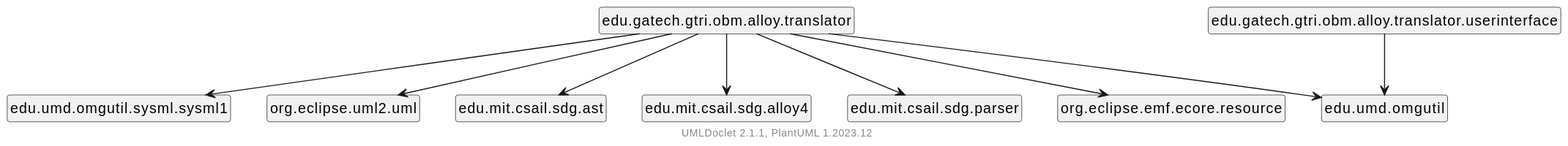
Earlier version of the PlantUML export package-dependencies.svg (ontological-behavior-modeling/tester). Source of this version:
```plantuml
@startuml
    skinparam backgroundcolor transparent
    set namespaceSeparator none
    hide circle
    hide empty fields
    hide empty methods

    edu.gatech.gtri.obm.alloy.translator --> edu.umd.omgutil.sysml.sysml1
    edu.gatech.gtri.obm.alloy.translator --> org.eclipse.uml2.uml
    edu.gatech.gtri.obm.alloy.translator --> edu.mit.csail.sdg.ast
    edu.gatech.gtri.obm.alloy.translator --> edu.mit.csail.sdg.alloy4
    edu.gatech.gtri.obm.alloy.translator --> edu.mit.csail.sdg.parser
    edu.gatech.gtri.obm.alloy.translator --> org.eclipse.emf.ecore.resource
    edu.gatech.gtri.obm.alloy.translator --> edu.umd.omgutil
    edu.gatech.gtri.obm.alloy.translator.userinterface --> edu.umd.omgutil

    class "edu.gatech.gtri.obm.alloy.translator" [[edu/gatech/gtri/obm/alloy/translator/package-summary.html]] {
    }
    class "edu.gatech.gtri.obm.alloy.translator.userinterface" [[edu/gatech/gtri/obm/alloy/translator/userinterface/package-summary.html]] {
    }
    center footer UMLDoclet 2.1.1, PlantUML %version()
@enduml
```
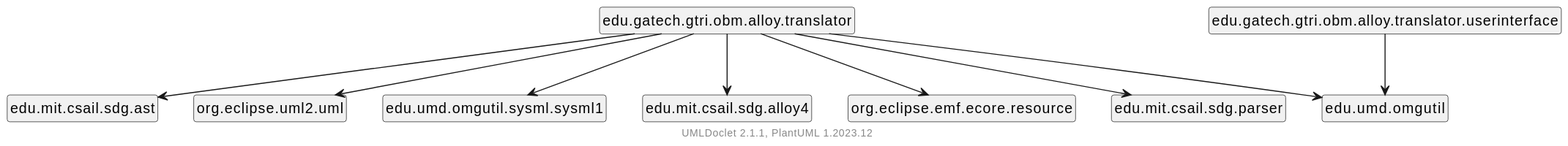
Later version of the same file.

Change to the diagram source:
```diff
@@ -5,13 +5,13 @@
     hide empty fields
     hide empty methods
 
+    edu.gatech.gtri.obm.alloy.translator --> edu.mit.csail.sdg.ast
+    edu.gatech.gtri.obm.alloy.translator --> org.eclipse.uml2.uml
     edu.gatech.gtri.obm.alloy.translator --> edu.umd.omgutil.sysml.sysml1
-    edu.gatech.gtri.obm.alloy.translator --> org.eclipse.uml2.uml
-    edu.gatech.gtri.obm.alloy.translator --> edu.mit.csail.sdg.ast
     edu.gatech.gtri.obm.alloy.translator --> edu.mit.csail.sdg.alloy4
-    edu.gatech.gtri.obm.alloy.translator --> edu.mit.csail.sdg.parser
     edu.gatech.gtri.obm.alloy.translator --> org.eclipse.emf.ecore.resource
     edu.gatech.gtri.obm.alloy.translator --> edu.umd.omgutil
+    edu.gatech.gtri.obm.alloy.translator --> edu.mit.csail.sdg.parser
     edu.gatech.gtri.obm.alloy.translator.userinterface --> edu.umd.omgutil
 
     class "edu.gatech.gtri.obm.alloy.translator" [[edu/gatech/gtri/obm/alloy/translator/package-summary.html]] {
```
